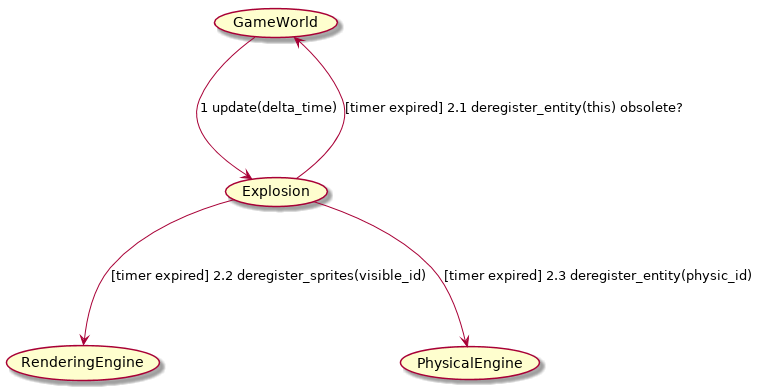
NadzwyczajnaGrupaRobocza/bomberman keeps this PlantUML diagram as docs/img/Communication_UC_2_3.png. Above is the earlier version.
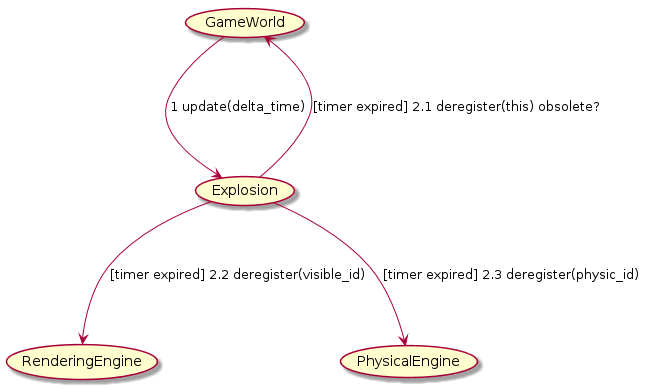
Later version of the same file.

Change to the diagram source:
```diff
@@ -6,8 +6,8 @@
 (PhysicalEngine) as (PE)
 
 (GW) ---> (E) : 1 update(delta_time)
-(E) ---> (GW) : [timer expired] 2.1 deregister_entity(this) obsolete?
-(E) ---> (RE) : [timer expired] 2.2 deregister_sprites(visible_id)
-(E) ---> (PE) : [timer expired] 2.3 deregister_entity(physic_id)
+(E) ---> (GW) : [timer expired] 2.1 deregister(this) obsolete?
+(E) ---> (RE) : [timer expired] 2.2 deregister(visible_id)
+(E) ---> (PE) : [timer expired] 2.3 deregister(physic_id)
 
 @enduml
```
